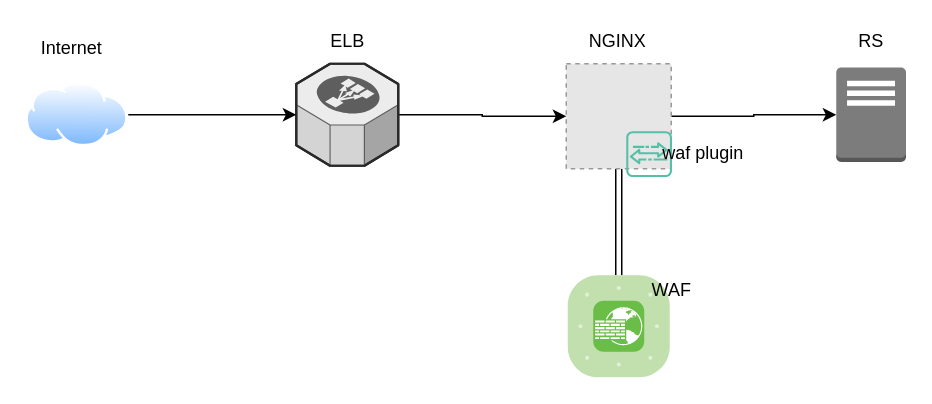
Above: Untitled Diagram.drawio in BlackFee/cissp (draw.io), before the change. Source tidied: cells renumbered, new cells numbered last; positions are measured from the earlier drawing's top-left corner, leaving out a move shared by most shapes. Both pictures are drawn from the tidied source at 150%, with x=0, y=0 at pixel (26, 26). Pictures stored in the file or linked from it are replaced by grey dashed boxes.
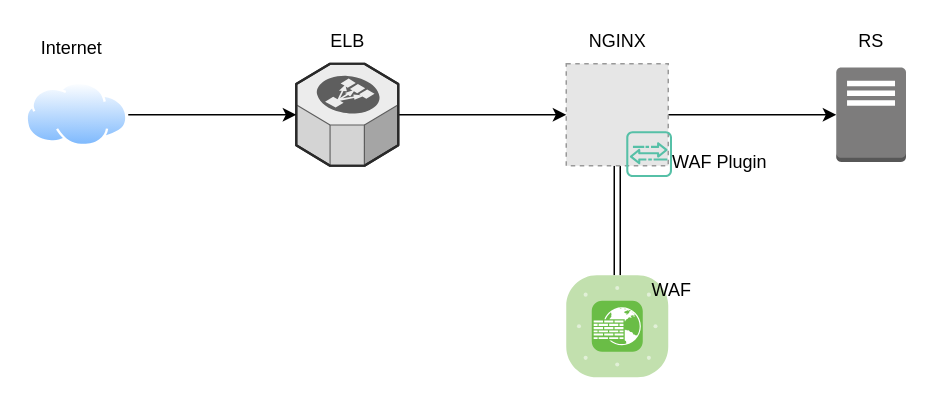
The same diagram, later.

Change to the diagram source:
```diff
@@
 <mxGraphModel>
   <root>
     <mxCell id="0" />
     <mxCell id="1" parent="0" />
     <mxCell id="2" style="edgeStyle=orthogonalEdgeStyle;rounded=0;jettySize=auto;html=1;exitX=1;exitY=0.5;exitDx=0;exitDy=0;entryX=0;entryY=0.5;entryDx=0;entryDy=0;entryPerimeter=0;" parent="1" edge="1" source="4" target="8">
       <mxGeometry relative="1" as="geometry" />
     </mxCell>
     <mxCell id="3" style="edgeStyle=orthogonalEdgeStyle;shape=link;rounded=0;jettySize=auto;html=1;entryX=0.5;entryY=0;entryDx=0;entryDy=0;entryPerimeter=0;" parent="1" edge="1" source="4" target="7">
       <mxGeometry relative="1" as="geometry" />
     </mxCell>
     <mxCell id="4" style="fillColor=#E6E6E6;strokeColor=#999999;dashed=1;html=1;verticalAlign=top;verticalLabelPosition=bottom;labelBackgroundColor=#ffffff;" parent="1" vertex="1">
-      <mxGeometry x="360" y="25" width="70" height="70" as="geometry" />
+      <mxGeometry x="360" y="25" width="68" height="68" as="geometry" />
     </mxCell>
     <mxCell id="5" style="edgeStyle=orthogonalEdgeStyle;rounded=0;jettySize=auto;html=1;" parent="1" edge="1" source="6" target="4">
       <mxGeometry relative="1" as="geometry" />
     </mxCell>
     <mxCell id="6" style="verticalLabelPosition=bottom;html=1;verticalAlign=top;strokeWidth=1;align=center;outlineConnect=0;dashed=0;outlineConnect=0;shape=mxgraph.aws3d.elasticLoadBalancing;fillColor=#ECECEC;strokeColor=#5E5E5E;" parent="1" vertex="1">
       <mxGeometry x="180" y="25" width="68" height="68" as="geometry" />
     </mxCell>
     <mxCell id="7" style="verticalLabelPosition=bottom;sketch=0;html=1;fillColor=#6ABD46;strokeColor=#ffffff;verticalAlign=top;align=center;points=[[0.085,0.085,0],[0.915,0.085,0],[0.915,0.915,0],[0.085,0.915,0],[0.25,0,0],[0.5,0,0],[0.75,0,0],[1,0.25,0],[1,0.5,0],[1,0.75,0],[0.75,1,0],[0.5,1,0],[0.25,1,0],[0,0.75,0],[0,0.5,0],[0,0.25,0]];shape=mxgraph.cisco_safe.compositeIcon;bgIcon=mxgraph.cisco_safe.architecture.generic_appliance;resIcon=mxgraph.cisco_safe.architecture.web_application_firewall_2;" parent="1" vertex="1">
-      <mxGeometry x="361" y="166" width="68" height="68" as="geometry" />
+      <mxGeometry x="360" y="166" width="68" height="68" as="geometry" />
     </mxCell>
     <mxCell id="8" style="outlineConnect=0;dashed=0;verticalLabelPosition=bottom;verticalAlign=top;align=center;html=1;shape=mxgraph.aws3.traditional_server;fillColor=#7D7C7C;gradientColor=none;" parent="1" vertex="1">
       <mxGeometry x="540" y="27.5" width="46.5" height="63" as="geometry" />
     </mxCell>
     <mxCell id="9" style="edgeStyle=orthogonalEdgeStyle;rounded=0;jettySize=auto;html=1;" parent="1" edge="1" source="10" target="6">
       <mxGeometry relative="1" as="geometry" />
     </mxCell>
     <mxCell id="10" style="perimeter=ellipsePerimeter;html=1;align=center;shadow=0;dashed=0;spacingTop=3;image;image=img/lib/active_directory/internet_cloud.svg;" parent="1" vertex="1">
       <mxGeometry y="25" width="68" height="68" as="geometry" />
     </mxCell>
     <mxCell id="11" value="WAF" style="text;html=1;align=center;verticalAlign=middle;fillColor=none;strokeColor=none;rounded=0;" parent="1" vertex="1">
       <mxGeometry x="410" y="166" width="40" height="20" as="geometry" />
     </mxCell>
     <mxCell id="12" value="Internet" style="text;html=1;align=center;verticalAlign=middle;strokeColor=none;fillColor=none;" parent="1" vertex="1">
       <mxGeometry y="5" width="60" height="20" as="geometry" />
     </mxCell>
     <mxCell id="13" value="ELB" style="text;html=1;align=center;verticalAlign=middle;strokeColor=none;fillColor=none;" parent="1" vertex="1">
       <mxGeometry x="194" width="40" height="20" as="geometry" />
     </mxCell>
     <mxCell id="14" value="NGINX" style="text;html=1;align=center;verticalAlign=middle;strokeColor=none;fillColor=none;" parent="1" vertex="1">
       <mxGeometry x="369" width="50" height="20" as="geometry" />
     </mxCell>
     <mxCell id="15" value="RS" style="text;html=1;align=center;verticalAlign=middle;strokeColor=none;fillColor=none;" parent="1" vertex="1">
       <mxGeometry x="548.2" width="30" height="20" as="geometry" />
     </mxCell>
     <mxCell id="16" style="sketch=0;fontColor=#232F3E;gradientColor=none;fillColor=#56C0A7;strokeColor=none;dashed=0;verticalLabelPosition=bottom;verticalAlign=top;align=center;html=1;fontSize=12;fontStyle=0;shape=mxgraph.aws4.agent2;" parent="1" vertex="1">
       <mxGeometry x="400" y="70" width="30.5" height="30.5" as="geometry" />
     </mxCell>
-    <mxCell id="17" value="waf plugin" style="text;html=1;align=center;verticalAlign=middle;fillColor=none;strokeColor=none;rounded=0;" parent="1" vertex="1">
-      <mxGeometry x="415.5" y="75.2" width="70" height="20" as="geometry" />
+    <mxCell id="17" value="WAF Plugin" style="text;html=1;align=center;verticalAlign=middle;fillColor=none;strokeColor=none;rounded=0;" parent="1" vertex="1">
+      <mxGeometry x="422" y="80.5" width="80" height="20" as="geometry" />
     </mxCell>
   </root>
 </mxGraphModel>
```
